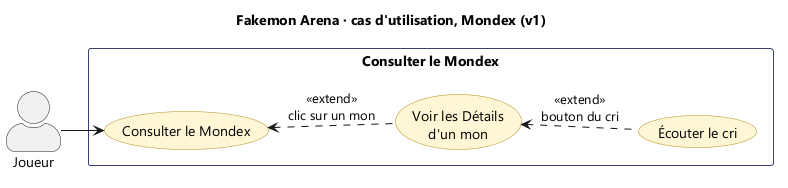
Above: docs/uml/cu-mondex.png in OnerAliCan/fakemon-arena (PlantUML), before the change. Source of this version:
```plantuml
@startuml cu-mondex
!pragma layout smetana
left to right direction
skinparam actorStyle awesome
skinparam defaultFontName Segoe UI
skinparam usecase {
  BackgroundColor #FFF6D6
  BorderColor #B8901A
}
skinparam rectangle {
  BorderColor #3A4170
  BackgroundColor #FAFAFD
}
title Fakemon Arena · cas d'utilisation, Mondex (v1)

actor "Joueur" as joueur

rectangle "Consulter le Mondex" {
  usecase "Consulter le Mondex" as mondex
  usecase "Écouter le cri" as ecouter
  usecase "Voir les Détails\nd'un mon" as details
}

joueur --> mondex
mondex <.. details : <<extend>>\nclic sur un mon
details <.. ecouter : <<extend>>\nbouton du cri
@enduml
```
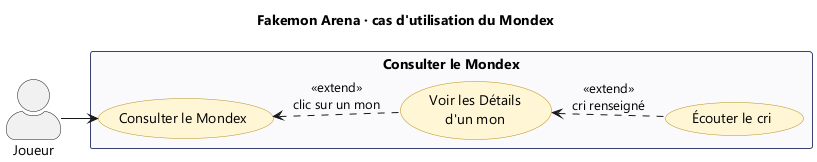
The same diagram one commit later.

The edit, as a diff of the source:
```diff
@@ -11,7 +11,7 @@
   BorderColor #3A4170
   BackgroundColor #FAFAFD
 }
-title Fakemon Arena · cas d'utilisation, Mondex (v1)
+title Fakemon Arena · cas d'utilisation du Mondex
 
 actor "Joueur" as joueur
 
@@ -23,5 +23,5 @@
 
 joueur --> mondex
 mondex <.. details : <<extend>>\nclic sur un mon
-details <.. ecouter : <<extend>>\nbouton du cri
+details <.. ecouter : <<extend>>\ncri renseigné
 @enduml
```
